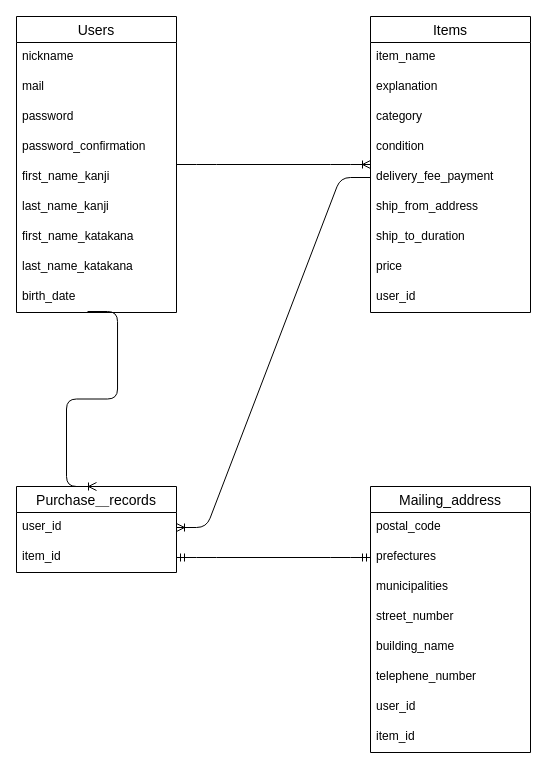
Lubellum/furima-36670 keeps this draw.io diagram as er_illustration.dio. Above is the earlier version. Source tidied: cells renumbered, new cells numbered last; positions are measured from the earlier drawing's top-left corner, leaving out a move shared by most shapes. Both pictures are drawn from the tidied source at 100%, with x=0, y=0 at pixel (16, 16).
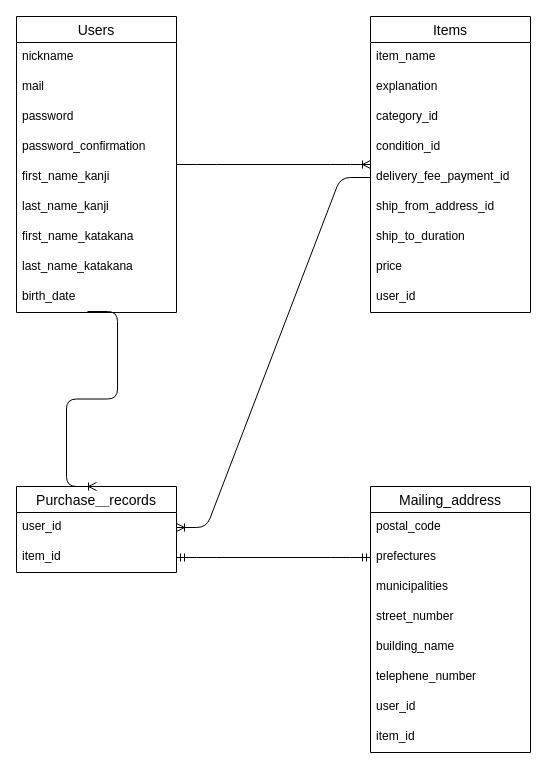
After the change.

Commit message (it also covers changes not shown here):
itemsテーブルのカラム名末尾に_idを記述

The change refers to these unchanged cells:
```xml
<mxCell id="12" value="Items" style="swimlane;fontStyle=0;horizontal=1;startSize=26;align=center;fontSize=14;" parent="1" vertex="1">
  <mxGeometry x="354" width="160" height="296" as="geometry" />
</mxCell>
```

Diff of the diagram source:
```diff
@@
-    <mxCell id="15" value="category" style="text;strokeColor=none;fillColor=none;spacingLeft=4;spacingRight=4;overflow=hidden;fontSize=12;" parent="12" vertex="1">
+    <mxCell id="15" value="category_id" style="text;strokeColor=none;fillColor=none;spacingLeft=4;spacingRight=4;overflow=hidden;fontSize=12;" parent="12" vertex="1">
       <mxGeometry y="86" width="160" height="30" as="geometry" />
     </mxCell>
-    <mxCell id="16" value="condition" style="text;strokeColor=none;fillColor=none;spacingLeft=4;spacingRight=4;overflow=hidden;fontSize=12;" parent="12" vertex="1">
+    <mxCell id="16" value="condition_id" style="text;strokeColor=none;fillColor=none;spacingLeft=4;spacingRight=4;overflow=hidden;fontSize=12;" parent="12" vertex="1">
       <mxGeometry y="116" width="160" height="30" as="geometry" />
     </mxCell>
-    <mxCell id="17" value="delivery_fee_payment" style="text;strokeColor=none;fillColor=none;spacingLeft=4;spacingRight=4;overflow=hidden;points=[[0,0.5],[1,0.5]];portConstraint=eastwest;fontSize=12;" parent="12" vertex="1">
+    <mxCell id="17" value="delivery_fee_payment_id" style="text;strokeColor=none;fillColor=none;spacingLeft=4;spacingRight=4;overflow=hidden;points=[[0,0.5],[1,0.5]];portConstraint=eastwest;fontSize=12;" parent="12" vertex="1">
       <mxGeometry y="146" width="160" height="30" as="geometry" />
     </mxCell>
-    <mxCell id="18" value="ship_from_address" style="text;strokeColor=none;fillColor=none;spacingLeft=4;spacingRight=4;overflow=hidden;fontSize=12;" parent="12" vertex="1">
+    <mxCell id="18" value="ship_from_address_id" style="text;strokeColor=none;fillColor=none;spacingLeft=4;spacingRight=4;overflow=hidden;fontSize=12;" parent="12" vertex="1">
       <mxGeometry y="176" width="160" height="30" as="geometry" />
     </mxCell>
```
